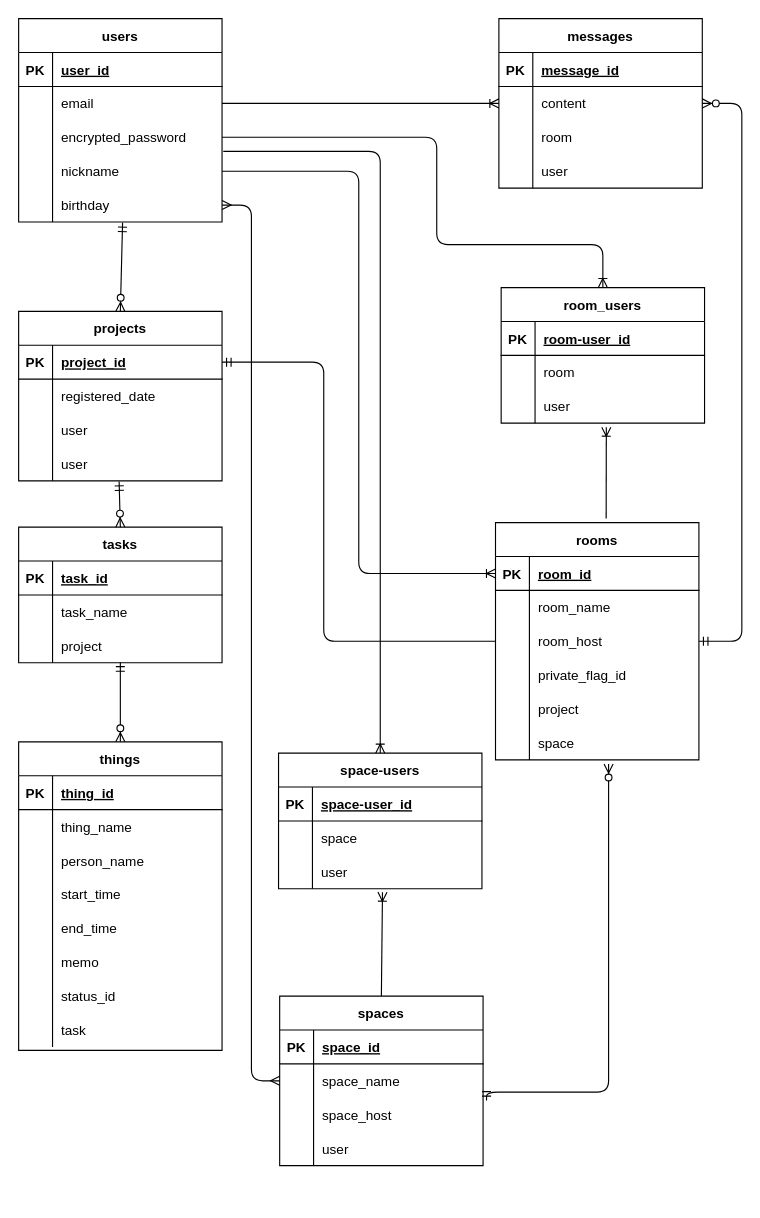
Above: tododbd.dio in sora-site/tododbd (draw.io), before the change. Source tidied: cells renumbered, new cells numbered last; positions are measured from the earlier drawing's top-left corner, leaving out a move shared by most shapes. Both pictures are drawn from the tidied source at 113%, with x=0, y=0 at pixel (18, 18).
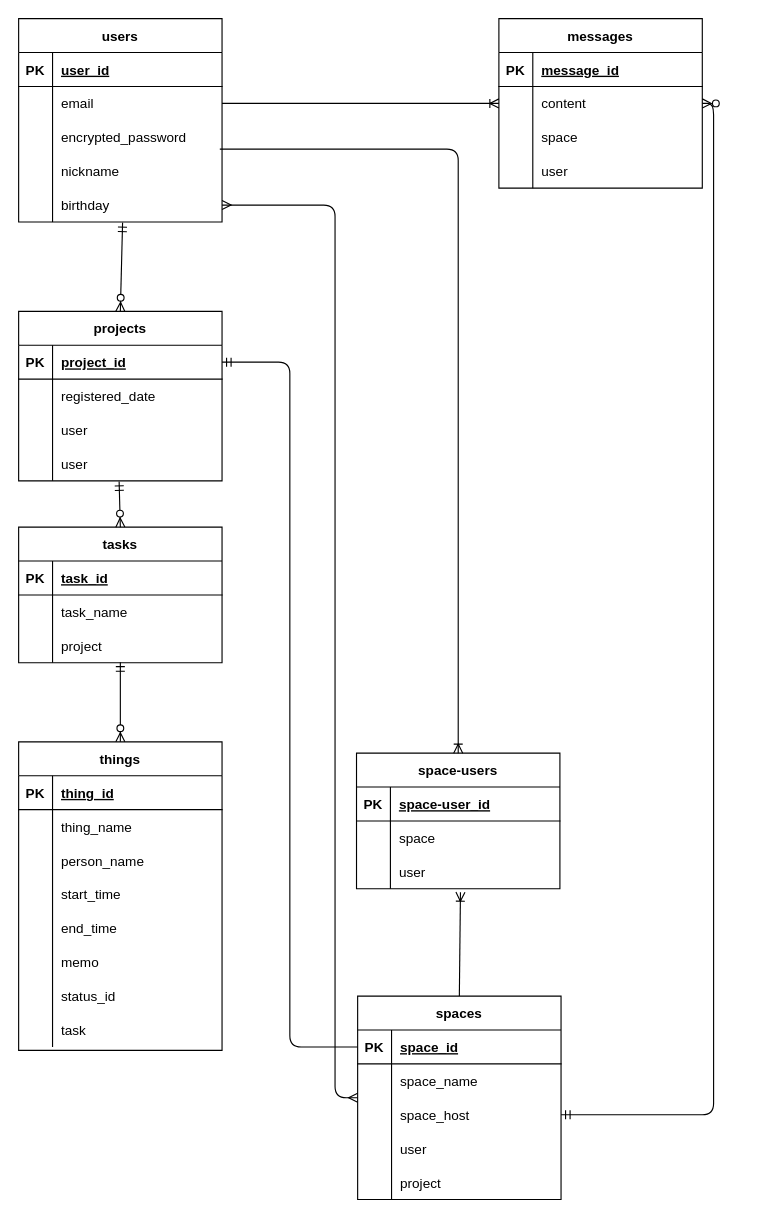
The same page after the edit.

The change refers to these unchanged cells:
```xml
<mxCell id="34" style="shape=tableRow;horizontal=0;startSize=0;swimlaneHead=0;swimlaneBody=0;fillColor=none;points=[[0,0.5],[1,0.5]];portConstraint=eastwest;top=0;left=0;right=0;bottom=0;" parent="27" vertex="1">
  <mxGeometry y="90" width="180" height="30" as="geometry" />
</mxCell>
<mxCell id="37" style="shape=tableRow;horizontal=0;startSize=0;swimlaneHead=0;swimlaneBody=0;fillColor=none;points=[[0,0.5],[1,0.5]];portConstraint=eastwest;top=0;left=0;right=0;bottom=0;" parent="27" vertex="1">
  <mxGeometry y="120" width="180" height="30" as="geometry" />
</mxCell>
<mxCell id="40" style="shape=tableRow;horizontal=0;startSize=0;swimlaneHead=0;swimlaneBody=0;fillColor=none;points=[[0,0.5],[1,0.5]];portConstraint=eastwest;top=0;left=0;right=0;bottom=0;" parent="27" vertex="1">
  <mxGeometry y="150" width="180" height="30" as="geometry" />
</mxCell>
<mxCell id="66" style="shape=tableRow;horizontal=0;startSize=0;swimlaneHead=0;swimlaneBody=0;fillColor=none;points=[[0,0.5],[1,0.5]];portConstraint=eastwest;top=0;left=0;right=0;bottom=0;" parent="62" vertex="1">
  <mxGeometry y="60" width="180" height="30" as="geometry" />
</mxCell>
<mxCell id="69" style="shape=tableRow;horizontal=0;startSize=0;swimlaneHead=0;swimlaneBody=0;fillColor=none;top=0;left=0;right=0;bottom=0;" parent="62" vertex="1">
  <mxGeometry y="90" width="180" height="30" as="geometry" />
</mxCell>
<mxCell id="101" style="shape=tableRow;horizontal=0;startSize=0;swimlaneHead=0;swimlaneBody=0;fillColor=none;points=[[0,0.5],[1,0.5]];portConstraint=eastwest;top=0;left=0;right=0;bottom=1;" parent="100" vertex="1">
  <mxGeometry y="30" width="180" height="30" as="geometry" />
</mxCell>
<mxCell id="104" style="shape=tableRow;horizontal=0;startSize=0;swimlaneHead=0;swimlaneBody=0;fillColor=none;points=[[0,0.5],[1,0.5]];portConstraint=eastwest;top=0;left=0;right=0;bottom=0;" parent="100" vertex="1">
  <mxGeometry y="60" width="180" height="30" as="geometry" />
</mxCell>
<mxCell id="107" style="shape=tableRow;horizontal=0;startSize=0;swimlaneHead=0;swimlaneBody=0;fillColor=none;points=[[0,0.5],[1,0.5]];portConstraint=eastwest;top=0;left=0;right=0;bottom=0;" parent="100" vertex="1">
  <mxGeometry y="90" width="180" height="30" as="geometry" />
</mxCell>
<mxCell id="126" style="shape=tableRow;horizontal=0;startSize=0;swimlaneHead=0;swimlaneBody=0;fillColor=none;points=[[0,0.5],[1,0.5]];portConstraint=eastwest;top=0;left=0;right=0;bottom=1;" parent="125" vertex="1">
  <mxGeometry y="30" width="180" height="30" as="geometry" />
</mxCell>
```

Change to the diagram source:
```diff
@@
-    <mxCell id="43" value="rooms" style="shape=table;startSize=30;childLayout=tableLayout;rowLines=0;fontStyle=1;align=center;" parent="1" vertex="1">
-      <mxGeometry x="422" y="446" width="180" height="210" as="geometry" />
-    </mxCell>
-    <mxCell id="44" style="shape=tableRow;horizontal=0;startSize=0;swimlaneHead=0;swimlaneBody=0;fillColor=none;points=[[0,0.5],[1,0.5]];portConstraint=eastwest;top=0;left=0;right=0;bottom=1;" parent="43" vertex="1">
-      <mxGeometry y="30" width="180" height="30" as="geometry" />
-    </mxCell>
-    <mxCell id="45" value="PK" style="shape=partialRectangle;fillColor=none;top=0;left=0;bottom=0;right=0;fontStyle=1;overflow=hidden;" parent="44" vertex="1">
-      <mxGeometry width="30" height="30" as="geometry" />
-    </mxCell>
-    <mxCell id="46" value="room_id" style="shape=partialRectangle;fillColor=none;top=0;left=0;bottom=0;right=0;align=left;spacingLeft=6;fontStyle=5;overflow=hidden;" parent="44" vertex="1">
-      <mxGeometry x="30" width="150" height="30" as="geometry" />
-    </mxCell>
-    <mxCell id="47" style="shape=tableRow;horizontal=0;startSize=0;swimlaneHead=0;swimlaneBody=0;fillColor=none;top=0;left=0;right=0;bottom=0;" parent="43" vertex="1">
-      <mxGeometry y="60" width="180" height="30" as="geometry" />
-    </mxCell>
-    <mxCell id="48" style="shape=partialRectangle;fillColor=none;top=0;left=0;bottom=0;right=0;overflow=hidden;" parent="47" vertex="1">
-      <mxGeometry width="30" height="30" as="geometry" />
-    </mxCell>
-    <mxCell id="49" value="room_name" style="shape=partialRectangle;fillColor=none;top=0;left=0;bottom=0;right=0;align=left;spacingLeft=6;overflow=hidden;" parent="47" vertex="1">
-      <mxGeometry x="30" width="150" height="30" as="geometry" />
-    </mxCell>
-    <mxCell id="50" style="shape=tableRow;horizontal=0;startSize=0;swimlaneHead=0;swimlaneBody=0;fillColor=none;points=[[0,0.5],[1,0.5]];portConstraint=eastwest;top=0;left=0;right=0;bottom=0;" parent="43" vertex="1">
-      <mxGeometry y="90" width="180" height="30" as="geometry" />
-    </mxCell>
-    <mxCell id="51" style="shape=partialRectangle;fillColor=none;top=0;left=0;bottom=0;right=0;overflow=hidden;" parent="50" vertex="1">
-      <mxGeometry width="30" height="30" as="geometry" />
-    </mxCell>
-    <mxCell id="52" value="room_host" style="shape=partialRectangle;fillColor=none;top=0;left=0;bottom=0;right=0;align=left;spacingLeft=6;overflow=hidden;" parent="50" vertex="1">
-      <mxGeometry x="30" width="150" height="30" as="geometry" />
-    </mxCell>
-    <mxCell id="53" style="shape=tableRow;horizontal=0;startSize=0;swimlaneHead=0;swimlaneBody=0;fillColor=none;top=0;left=0;right=0;bottom=0;" parent="43" vertex="1">
-      <mxGeometry y="120" width="180" height="30" as="geometry" />
-    </mxCell>
-    <mxCell id="54" style="shape=partialRectangle;fillColor=none;top=0;left=0;bottom=0;right=0;overflow=hidden;" parent="53" vertex="1">
-      <mxGeometry width="30" height="30" as="geometry" />
-    </mxCell>
-    <mxCell id="55" value="private_flag_id" style="shape=partialRectangle;fillColor=none;top=0;left=0;bottom=0;right=0;align=left;spacingLeft=6;overflow=hidden;" parent="53" vertex="1">
-      <mxGeometry x="30" width="150" height="30" as="geometry" />
-    </mxCell>
-    <mxCell id="56" style="shape=tableRow;horizontal=0;startSize=0;swimlaneHead=0;swimlaneBody=0;fillColor=none;top=0;left=0;right=0;bottom=0;" parent="43" vertex="1">
-      <mxGeometry y="150" width="180" height="30" as="geometry" />
-    </mxCell>
-    <mxCell id="57" style="shape=partialRectangle;fillColor=none;top=0;left=0;bottom=0;right=0;overflow=hidden;" parent="56" vertex="1">
-      <mxGeometry width="30" height="30" as="geometry" />
-    </mxCell>
-    <mxCell id="58" value="project" style="shape=partialRectangle;fillColor=none;top=0;left=0;bottom=0;right=0;align=left;spacingLeft=6;overflow=hidden;" parent="56" vertex="1">
-      <mxGeometry x="30" width="150" height="30" as="geometry" />
-    </mxCell>
-    <mxCell id="59" style="shape=tableRow;horizontal=0;startSize=0;swimlaneHead=0;swimlaneBody=0;fillColor=none;points=[[0,0.5],[1,0.5]];portConstraint=eastwest;top=0;left=0;right=0;bottom=0;" parent="43" vertex="1">
-      <mxGeometry y="180" width="180" height="30" as="geometry" />
-    </mxCell>
-    <mxCell id="60" style="shape=partialRectangle;fillColor=none;top=0;left=0;bottom=0;right=0;overflow=hidden;" parent="59" vertex="1">
-      <mxGeometry width="30" height="30" as="geometry" />
-    </mxCell>
-    <mxCell id="61" value="space" style="shape=partialRectangle;fillColor=none;top=0;left=0;bottom=0;right=0;align=left;spacingLeft=6;overflow=hidden;" parent="59" vertex="1">
-      <mxGeometry x="30" width="150" height="30" as="geometry" />
-    </mxCell>
@@
-    <mxCell id="71" value="room" style="shape=partialRectangle;fillColor=none;top=0;left=0;bottom=0;right=0;align=left;spacingLeft=6;overflow=hidden;" parent="69" vertex="1">
+    <mxCell id="71" value="space" style="shape=partialRectangle;fillColor=none;top=0;left=0;bottom=0;right=0;align=left;spacingLeft=6;overflow=hidden;" parent="69" vertex="1">
       <mxGeometry x="30" width="150" height="30" as="geometry" />
     </mxCell>
@@
     <mxCell id="75" style="edgeStyle=elbowEdgeStyle;fontSize=12;html=1;endArrow=ERmany;startArrow=ERmany;exitX=1;exitY=0.5;exitDx=0;exitDy=0;" parent="1" edge="1" source="40" target="100">
-      <mxGeometry relative="1" as="geometry" />
+      <mxGeometry relative="1" as="geometry">
+        <Array as="points">
+          <mxPoint x="280" y="280" />
+        </Array>
+      </mxGeometry>
     </mxCell>
@@
-    <mxCell id="77" value="room_users" style="shape=table;startSize=30;childLayout=tableLayout;rowLines=0;fontStyle=1;align=center;" parent="1" vertex="1">
-      <mxGeometry x="427" y="238" width="180" height="120" as="geometry" />
-    </mxCell>
-    <mxCell id="78" style="shape=tableRow;horizontal=0;startSize=0;swimlaneHead=0;swimlaneBody=0;fillColor=none;top=0;left=0;right=0;bottom=1;" parent="77" vertex="1">
-      <mxGeometry y="30" width="180" height="30" as="geometry" />
-    </mxCell>
-    <mxCell id="79" value="PK" style="shape=partialRectangle;fillColor=none;top=0;left=0;bottom=0;right=0;fontStyle=1;overflow=hidden;" parent="78" vertex="1">
-      <mxGeometry width="30" height="30" as="geometry" />
-    </mxCell>
-    <mxCell id="80" value="room-user_id" style="shape=partialRectangle;fillColor=none;top=0;left=0;bottom=0;right=0;align=left;spacingLeft=6;fontStyle=5;overflow=hidden;" parent="78" vertex="1">
-      <mxGeometry x="30" width="150" height="30" as="geometry" />
-    </mxCell>
-    <mxCell id="81" style="shape=tableRow;horizontal=0;startSize=0;swimlaneHead=0;swimlaneBody=0;fillColor=none;top=0;left=0;right=0;bottom=0;" parent="77" vertex="1">
-      <mxGeometry y="60" width="180" height="30" as="geometry" />
-    </mxCell>
-    <mxCell id="82" style="shape=partialRectangle;fillColor=none;top=0;left=0;bottom=0;right=0;overflow=hidden;" parent="81" vertex="1">
-      <mxGeometry width="30" height="30" as="geometry" />
-    </mxCell>
-    <mxCell id="83" value="room" style="shape=partialRectangle;fillColor=none;top=0;left=0;bottom=0;right=0;align=left;spacingLeft=6;overflow=hidden;" parent="81" vertex="1">
-      <mxGeometry x="30" width="150" height="30" as="geometry" />
-    </mxCell>
-    <mxCell id="84" style="shape=tableRow;horizontal=0;startSize=0;swimlaneHead=0;swimlaneBody=0;fillColor=none;points=[[0,0.5],[1,0.5]];portConstraint=eastwest;top=0;left=0;right=0;bottom=0;" parent="77" vertex="1">
-      <mxGeometry y="90" width="180" height="30" as="geometry" />
-    </mxCell>
-    <mxCell id="85" style="shape=partialRectangle;fillColor=none;top=0;left=0;bottom=0;right=0;overflow=hidden;" parent="84" vertex="1">
-      <mxGeometry width="30" height="30" as="geometry" />
-    </mxCell>
-    <mxCell id="86" value="user" style="shape=partialRectangle;fillColor=none;top=0;left=0;bottom=0;right=0;align=left;spacingLeft=6;overflow=hidden;" parent="84" vertex="1">
-      <mxGeometry x="30" width="150" height="30" as="geometry" />
-    </mxCell>
-    <mxCell id="87" style="fontSize=12;html=1;endArrow=ERoneToMany;entryX=0.517;entryY=1.117;entryDx=0;entryDy=0;entryPerimeter=0;exitX=0.544;exitY=-0.017;exitDx=0;exitDy=0;exitPerimeter=0;" parent="1" edge="1" source="43" target="84">
-      <mxGeometry relative="1" as="geometry" />
-    </mxCell>
-    <mxCell id="88" style="fontSize=12;html=1;endArrow=ERoneToMany;entryX=0.5;entryY=0;entryDx=0;entryDy=0;exitX=1;exitY=0.5;exitDx=0;exitDy=0;edgeStyle=orthogonalEdgeStyle;" parent="1" edge="1" source="34" target="77">
-      <mxGeometry relative="1" as="geometry">
-        <Array as="points">
-          <mxPoint x="370" y="105" />
-          <mxPoint x="370" y="200" />
-          <mxPoint x="517" y="200" />
-        </Array>
-      </mxGeometry>
-    </mxCell>
@@
     <mxCell id="100" value="spaces" style="shape=table;startSize=30;childLayout=tableLayout;rowLines=0;fontStyle=1;align=center;" parent="1" vertex="1">
-      <mxGeometry x="231" y="865" width="180" height="150" as="geometry" />
+      <mxGeometry x="300" y="865" width="180" height="180" as="geometry" />
     </mxCell>
@@
+    <mxCell id="53" style="shape=tableRow;horizontal=0;startSize=0;swimlaneHead=0;swimlaneBody=0;fillColor=none;top=0;left=0;right=0;bottom=0;" parent="100" vertex="1">
+      <mxGeometry y="120" width="180" height="30" as="geometry" />
+    </mxCell>
+    <mxCell id="144" style="shape=partialRectangle;fillColor=none;top=0;left=0;bottom=0;right=0;overflow=hidden;" parent="53" vertex="1">
+      <mxGeometry width="30" height="30" as="geometry" />
+    </mxCell>
+    <mxCell id="86" value="user" style="shape=partialRectangle;fillColor=none;top=0;left=0;bottom=0;right=0;align=left;spacingLeft=6;overflow=hidden;" parent="53" vertex="1">
+      <mxGeometry x="30" width="150" height="30" as="geometry" />
+    </mxCell>
     <mxCell id="110" style="shape=tableRow;horizontal=0;startSize=0;swimlaneHead=0;swimlaneBody=0;fillColor=none;top=0;left=0;right=0;bottom=0;" parent="100" vertex="1">
-      <mxGeometry y="120" width="180" height="30" as="geometry" />
+      <mxGeometry y="150" width="180" height="30" as="geometry" />
     </mxCell>
@@
-    <mxCell id="112" value="user" style="shape=partialRectangle;fillColor=none;top=0;left=0;bottom=0;right=0;align=left;spacingLeft=6;overflow=hidden;" parent="110" vertex="1">
+    <mxCell id="112" value="project" style="shape=partialRectangle;fillColor=none;top=0;left=0;bottom=0;right=0;align=left;spacingLeft=6;overflow=hidden;" parent="110" vertex="1">
       <mxGeometry x="30" width="150" height="30" as="geometry" />
     </mxCell>
@@
     <mxCell id="114" value="space-users" style="shape=table;startSize=30;childLayout=tableLayout;rowLines=0;fontStyle=1;align=center;" parent="1" vertex="1">
-      <mxGeometry x="230" y="650" width="180" height="120" as="geometry" />
+      <mxGeometry x="299" y="650" width="180" height="120" as="geometry" />
     </mxCell>
@@
-    <mxCell id="124" style="edgeStyle=orthogonalEdgeStyle;fontSize=12;html=1;endArrow=ERoneToMany;exitX=1.006;exitY=-0.083;exitDx=0;exitDy=0;exitPerimeter=0;entryX=0.5;entryY=0;entryDx=0;entryDy=0;" parent="1" edge="1" source="37" target="114">
-      <mxGeometry relative="1" as="geometry">
-        <Array as="points">
-          <mxPoint x="320" y="118" />
-        </Array>
-      </mxGeometry>
+    <mxCell id="124" style="edgeStyle=orthogonalEdgeStyle;fontSize=12;html=1;endArrow=ERoneToMany;exitX=0.989;exitY=-0.15;exitDx=0;exitDy=0;exitPerimeter=0;entryX=0.5;entryY=0;entryDx=0;entryDy=0;" parent="1" edge="1" source="37" target="114">
+      <mxGeometry relative="1" as="geometry" />
     </mxCell>
@@
-    <mxCell id="140" style="edgeStyle=orthogonalEdgeStyle;fontSize=12;html=1;endArrow=ERmandOne;entryX=1;entryY=0.5;entryDx=0;entryDy=0;exitX=0;exitY=0.5;exitDx=0;exitDy=0;" parent="1" edge="1" source="50" target="126">
-      <mxGeometry relative="1" as="geometry">
-        <Array as="points">
-          <mxPoint x="270" y="551" />
-          <mxPoint x="270" y="304" />
-        </Array>
-      </mxGeometry>
+    <mxCell id="140" style="edgeStyle=orthogonalEdgeStyle;fontSize=12;html=1;endArrow=ERmandOne;entryX=1;entryY=0.5;entryDx=0;entryDy=0;exitX=0;exitY=0.5;exitDx=0;exitDy=0;" parent="1" edge="1" source="101" target="126">
+      <mxGeometry relative="1" as="geometry" />
     </mxCell>
-    <mxCell id="141" style="edgeStyle=elbowEdgeStyle;fontSize=12;html=1;endArrow=ERzeroToMany;startArrow=ERmandOne;exitX=1.017;exitY=1.083;exitDx=0;exitDy=0;exitPerimeter=0;entryX=0.556;entryY=1.117;entryDx=0;entryDy=0;entryPerimeter=0;elbow=vertical;" parent="1" edge="1" source="104" target="59">
-      <mxGeometry relative="1" as="geometry">
-        <Array as="points">
-          <mxPoint x="470" y="950" />
-        </Array>
-      </mxGeometry>
-    </mxCell>
-    <mxCell id="142" style="fontSize=12;html=1;endArrow=ERzeroToMany;startArrow=ERmandOne;exitX=1;exitY=0.5;exitDx=0;exitDy=0;entryX=1;entryY=0.5;entryDx=0;entryDy=0;edgeStyle=orthogonalEdgeStyle;" parent="1" edge="1" source="50" target="66">
-      <mxGeometry relative="1" as="geometry">
-        <Array as="points">
-          <mxPoint x="640" y="551" />
-          <mxPoint x="640" y="75" />
-        </Array>
-      </mxGeometry>
+    <mxCell id="142" style="fontSize=12;html=1;endArrow=ERzeroToMany;startArrow=ERmandOne;exitX=1;exitY=0.5;exitDx=0;exitDy=0;entryX=1;entryY=0.5;entryDx=0;entryDy=0;edgeStyle=orthogonalEdgeStyle;" parent="1" edge="1" source="107" target="66">
+      <mxGeometry relative="1" as="geometry" />
     </mxCell>
-    <mxCell id="143" style="fontSize=12;html=1;endArrow=ERoneToMany;entryX=0;entryY=0.5;entryDx=0;entryDy=0;exitX=1;exitY=0.5;exitDx=0;exitDy=0;edgeStyle=orthogonalEdgeStyle;" parent="1" edge="1" source="37" target="44">
-      <mxGeometry relative="1" as="geometry" />
-    </mxCell>
```
